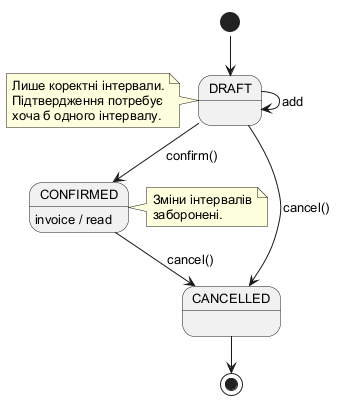
auulina21/coworking-19 keeps this PlantUML diagram as docs/state.png. Above is the earlier version. The source it was exported from:
```plantuml
@startuml
!pragma layout smetana
skinparam defaultFontName Arial
skinparam defaultFontSize 13
skinparam nodesep 35
skinparam ranksep 45
[*] --> DRAFT
DRAFT --> DRAFT : add
DRAFT --> CONFIRMED : confirm()
CONFIRMED : invoice / read
DRAFT --> CANCELLED : cancel()
CONFIRMED --> CANCELLED : cancel()
CANCELLED --> [*]
note left of DRAFT
Лише коректні інтервали.
Підтвердження потребує
хоча б одного інтервалу.
end note
note left of CONFIRMED
Зміни інтервалів
заборонені.
end note
@enduml
```
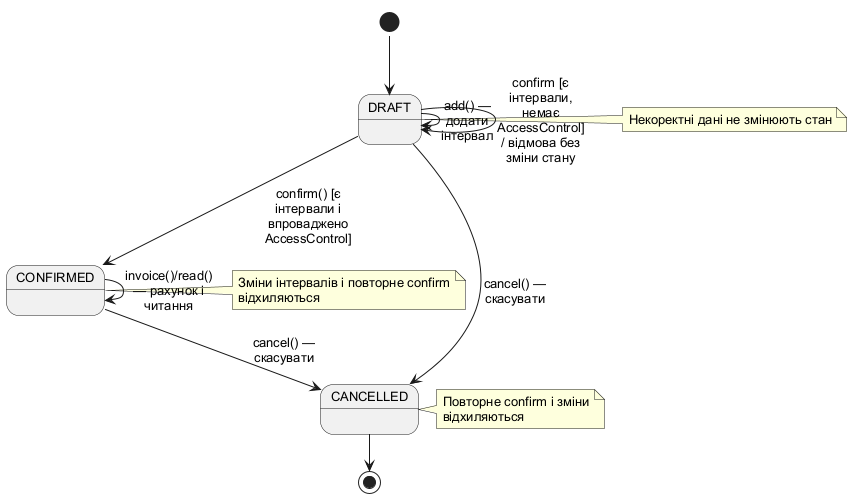
The same diagram one commit later.

Change to the diagram source:
```diff
@@ -2,22 +2,27 @@
 !pragma layout smetana
 skinparam defaultFontName Arial
 skinparam defaultFontSize 13
+skinparam maxMessageSize 85
+skinparam wrapWidth 220
 skinparam nodesep 35
 skinparam ranksep 45
 [*] --> DRAFT
-DRAFT --> DRAFT : add
-DRAFT --> CONFIRMED : confirm()
-CONFIRMED : invoice / read
-DRAFT --> CANCELLED : cancel()
-CONFIRMED --> CANCELLED : cancel()
+DRAFT --> DRAFT : add() — додати інтервал
+DRAFT --> CONFIRMED : confirm() [є інтервали і впроваджено AccessControl]
+CONFIRMED --> CONFIRMED : invoice()/read() — рахунок і читання
+DRAFT --> CANCELLED : cancel() — скасувати
+CONFIRMED --> CANCELLED : cancel() — скасувати
 CANCELLED --> [*]
-note left of DRAFT
-Лише коректні інтервали.
-Підтвердження потребує
-хоча б одного інтервалу.
+note right of DRAFT
+Некоректні дані не змінюють стан
 end note
-note left of CONFIRMED
-Зміни інтервалів
-заборонені.
+note right of CONFIRMED
+Зміни інтервалів і повторне confirm відхиляються
 end note
+
+note right of CANCELLED
+Повторне confirm і зміни відхиляються
+end note
+
+DRAFT --> DRAFT : confirm [є інтервали, немає AccessControl] / відмова без зміни стану
 @enduml
```
